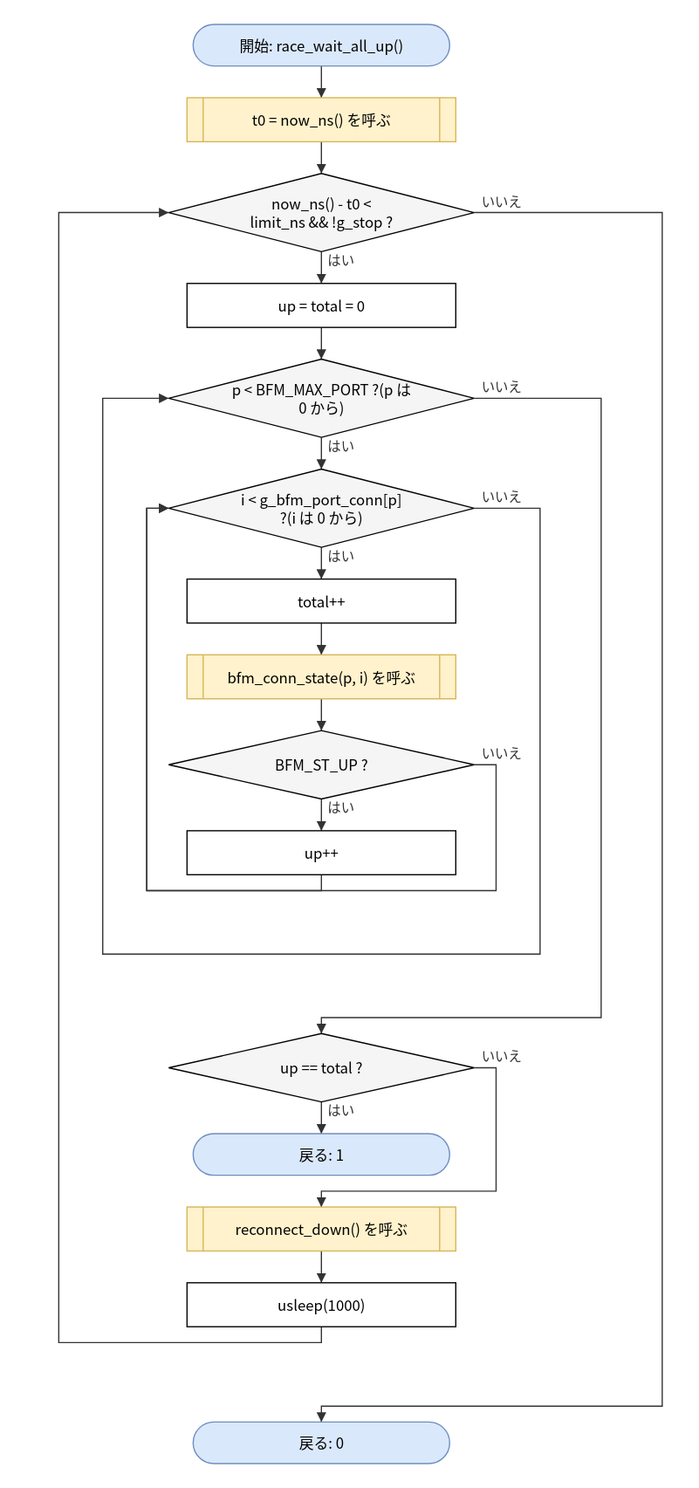
Before: doc/spec/images/flow_test_bfm_test-race_wait_all_up.drawio.svg, a diagram exported from draw.io (hf355051012-ai/bfmem). Source tidied: cells renumbered, new cells last; positions are measured from the earlier drawing's top-left corner, leaving out a move shared by most shapes.
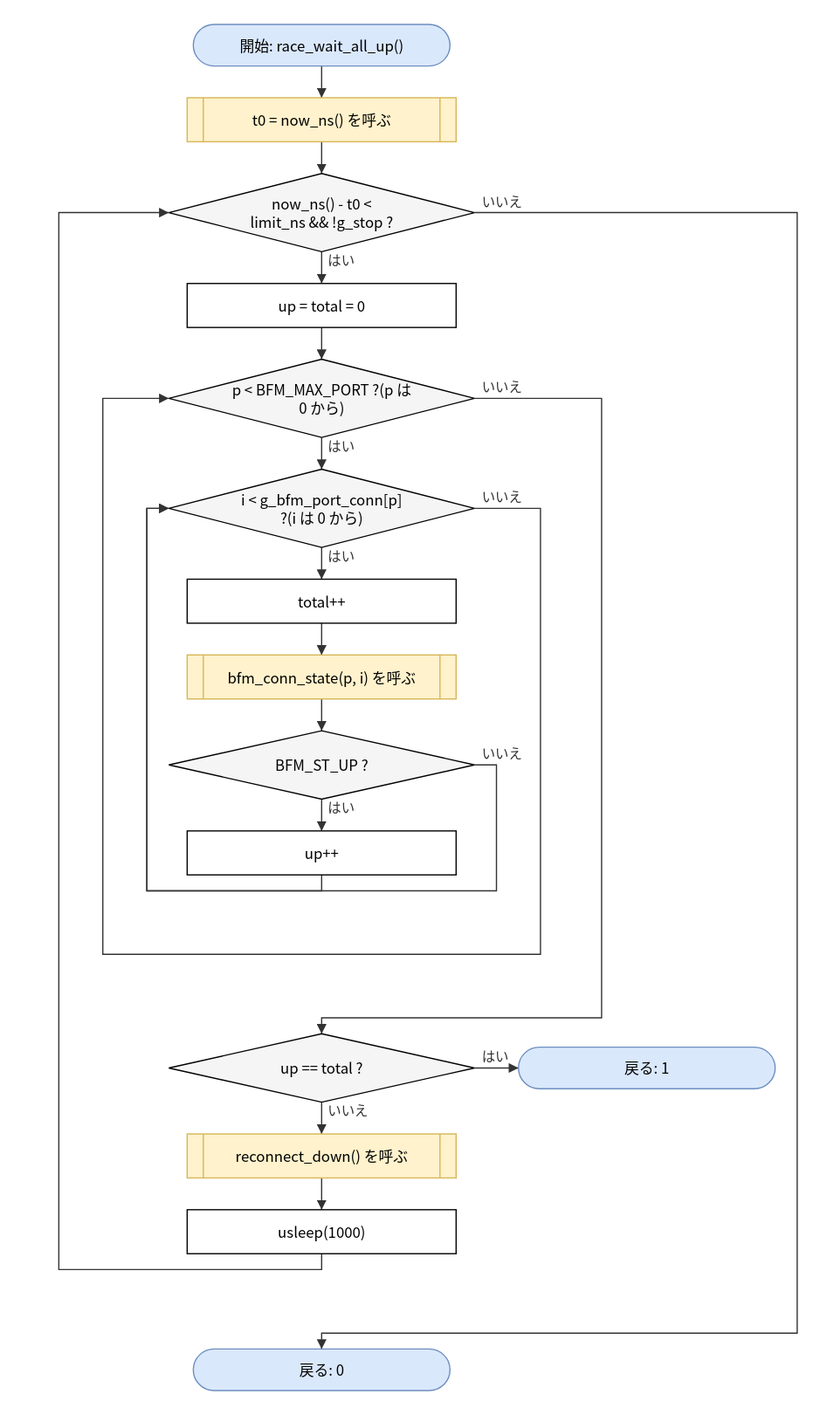
The same file after the commit.

The edit, as a diff of the source:
```diff
@@ -36,16 +36,16 @@
       <mxGeometry x="90" y="826" width="250" height="56" as="geometry" />
     </mxCell>
     <mxCell id="13" value="戻る: 1" style="rounded=1;arcSize=50;whiteSpace=wrap;html=1;fillColor=#dae8fc;strokeColor=#6c8ebf;" parent="1" vertex="1">
-      <mxGeometry x="110" y="908" width="210" height="34" as="geometry" />
+      <mxGeometry x="376" y="837" width="210" height="34" as="geometry" />
     </mxCell>
     <mxCell id="14" value="reconnect_down() を呼ぶ" style="shape=process;whiteSpace=wrap;html=1;backgroundOutline=1;size=0.06;fillColor=#fff2cc;strokeColor=#d6b656;" parent="1" vertex="1">
-      <mxGeometry x="105" y="968" width="220" height="36" as="geometry" />
+      <mxGeometry x="105" y="908" width="220" height="36" as="geometry" />
     </mxCell>
     <mxCell id="15" value="usleep(1000)" style="rounded=0;whiteSpace=wrap;html=1;" parent="1" vertex="1">
-      <mxGeometry x="105" y="1030" width="220" height="36" as="geometry" />
+      <mxGeometry x="105" y="970" width="220" height="36" as="geometry" />
     </mxCell>
     <mxCell id="16" value="戻る: 0" style="rounded=1;arcSize=50;whiteSpace=wrap;html=1;fillColor=#dae8fc;strokeColor=#6c8ebf;" parent="1" vertex="1">
-      <mxGeometry x="110" y="1144" width="210" height="34" as="geometry" />
+      <mxGeometry x="110" y="1084" width="210" height="34" as="geometry" />
     </mxCell>
     <mxCell id="17" style="edgeStyle=none;html=1;rounded=0;endArrow=block;endFill=1;exitX=0.5000;exitY=1.0000;exitDx=0;exitDy=0;exitPerimeter=0;entryX=0.5000;entryY=0.0000;entryDx=0;entryDy=0;entryPerimeter=0;" parent="1" edge="1" source="2" target="3">
       <mxGeometry relative="1" as="geometry" />
@@ -112,17 +112,11 @@
         </Array>
       </mxGeometry>
     </mxCell>
-    <mxCell id="30" value="はい" style="edgeStyle=none;html=1;rounded=0;endArrow=block;endFill=1;exitX=0.5000;exitY=1.0000;exitDx=0;exitDy=0;exitPerimeter=0;entryX=0.5000;entryY=0.0000;entryDx=0;entryDy=0;entryPerimeter=0;" parent="1" edge="1" source="12" target="13">
+    <mxCell id="30" value="はい" style="edgeStyle=none;html=1;rounded=0;endArrow=block;endFill=1;exitX=1.0000;exitY=0.5000;exitDx=0;exitDy=0;exitPerimeter=0;entryX=0.0000;entryY=0.5000;entryDx=0;entryDy=0;entryPerimeter=0;" parent="1" edge="1" source="12" target="13">
       <mxGeometry relative="1" as="geometry" />
     </mxCell>
-    <mxCell id="31" value="いいえ" style="edgeStyle=none;html=1;rounded=0;endArrow=block;endFill=1;exitX=1.0000;exitY=0.5000;exitDx=0;exitDy=0;exitPerimeter=0;entryX=0.5000;entryY=0.0000;entryDx=0;entryDy=0;entryPerimeter=0;" parent="1" edge="1" source="12" target="14">
-      <mxGeometry relative="1" as="geometry">
-        <Array as="points">
-          <mxPoint x="358" y="854" />
-          <mxPoint x="358" y="955" />
-          <mxPoint x="215" y="955" />
-        </Array>
-      </mxGeometry>
+    <mxCell id="31" value="いいえ" style="edgeStyle=none;html=1;rounded=0;endArrow=block;endFill=1;exitX=0.5000;exitY=1.0000;exitDx=0;exitDy=0;exitPerimeter=0;entryX=0.5000;entryY=0.0000;entryDx=0;entryDy=0;entryPerimeter=0;" parent="1" edge="1" source="12" target="14">
+      <mxGeometry relative="1" as="geometry" />
     </mxCell>
     <mxCell id="32" style="edgeStyle=none;html=1;rounded=0;endArrow=block;endFill=1;exitX=0.5000;exitY=1.0000;exitDx=0;exitDy=0;exitPerimeter=0;entryX=0.5000;entryY=0.0000;entryDx=0;entryDy=0;entryPerimeter=0;" parent="1" edge="1" source="14" target="15">
       <mxGeometry relative="1" as="geometry" />
@@ -130,8 +124,8 @@
     <mxCell id="33" style="edgeStyle=none;html=1;rounded=0;endArrow=block;endFill=1;exitX=0.5000;exitY=1.0000;exitDx=0;exitDy=0;exitPerimeter=0;entryX=0.0000;entryY=0.5000;entryDx=0;entryDy=0;entryPerimeter=0;" parent="1" edge="1" source="15" target="4">
       <mxGeometry relative="1" as="geometry">
         <Array as="points">
-          <mxPoint x="215" y="1079" />
-          <mxPoint y="1079" />
+          <mxPoint x="215" y="1019" />
+          <mxPoint y="1019" />
           <mxPoint y="154" />
         </Array>
       </mxGeometry>
@@ -139,9 +133,9 @@
     <mxCell id="34" value="いいえ" style="edgeStyle=none;html=1;rounded=0;endArrow=block;endFill=1;exitX=1.0000;exitY=0.5000;exitDx=0;exitDy=0;exitPerimeter=0;entryX=0.5000;entryY=0.0000;entryDx=0;entryDy=0;entryPerimeter=0;" parent="1" edge="1" source="4" target="16">
       <mxGeometry relative="1" as="geometry">
         <Array as="points">
-          <mxPoint x="494" y="154" />
-          <mxPoint x="494" y="1131" />
-          <mxPoint x="215" y="1131" />
+          <mxPoint x="604" y="154" />
+          <mxPoint x="604" y="1071" />
+          <mxPoint x="215" y="1071" />
         </Array>
       </mxGeometry>
     </mxCell>
```
